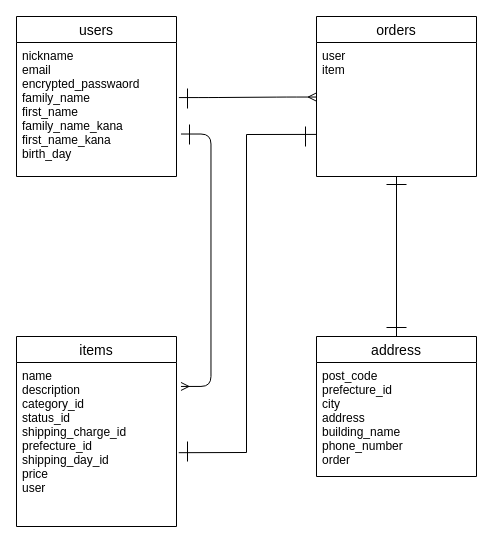
Above: firima.dio in Kawase-Ryo/furima-38243 (draw.io), before the change. Source tidied: cells renumbered, new cells numbered last; positions are measured from the earlier drawing's top-left corner, leaving out a move shared by most shapes. Both pictures are drawn from the tidied source at 100%, with x=0, y=0 at pixel (16, 16).
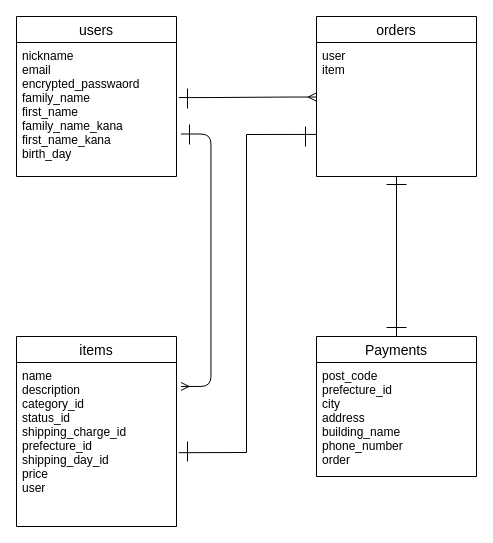
Above is the later version.

The edit, as a diff of the source:
```diff
@@
-    <mxCell id="8" value="address" style="swimlane;fontStyle=0;horizontal=1;startSize=26;align=center;fontSize=14;" parent="1" vertex="1">
+    <mxCell id="8" value="Payments" style="swimlane;fontStyle=0;horizontal=1;startSize=26;align=center;fontSize=14;" parent="1" vertex="1">
       <mxGeometry x="300" y="320" width="160" height="140" as="geometry" />
     </mxCell>
```
